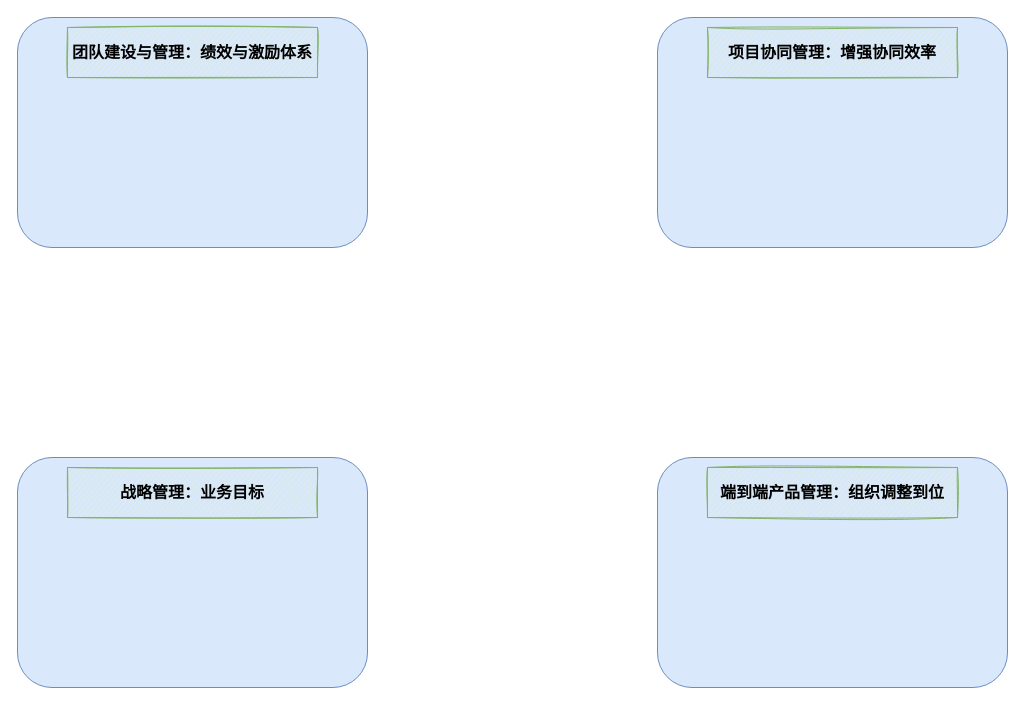
This is 企业IT能力建设的增长飞轮.drawio from GeekKwok/UML, a draw.io file, before an edit. Source tidied: cells renumbered, new cells numbered last; positions are measured from the earlier drawing's top-left corner, leaving out a move shared by most shapes. Both pictures are drawn from the tidied source at 100%, with x=0, y=0 at pixel (17, 17).
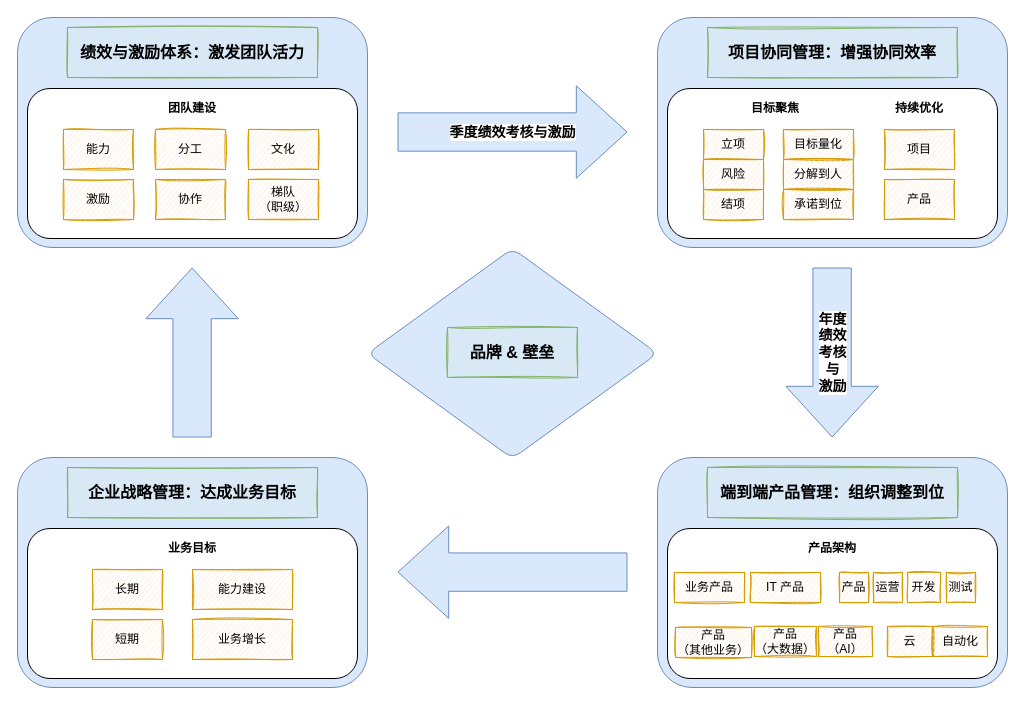
Above is the later version.

Commit message:
Update 企业IT能力建设的增长飞轮.drawio

What changed in the source:
```diff
@@
-    <mxCell id="7" value="&lt;font style=&quot;font-size: 16px&quot;&gt;&lt;b&gt;团队建设与管理：&lt;/b&gt;&lt;/font&gt;&lt;b style=&quot;font-size: 16px&quot;&gt;绩效与激励体系&lt;/b&gt;" style="rounded=0;whiteSpace=wrap;html=1;fillColor=#d5e8d4;strokeColor=#82b366;shadow=0;sketch=1;glass=0;" parent="1" vertex="1">
+    <mxCell id="7" value="&lt;b style=&quot;font-size: 16px&quot;&gt;绩效与激励体系：激发团队活力&lt;/b&gt;" style="rounded=0;whiteSpace=wrap;html=1;fillColor=#d5e8d4;strokeColor=#82b366;shadow=0;sketch=1;glass=0;" parent="1" vertex="1">
       <mxGeometry x="50" y="10" width="250" height="50" as="geometry" />
     </mxCell>
-    <mxCell id="8" value="&lt;font style=&quot;font-size: 16px&quot;&gt;&lt;b&gt;战略管理：业务目标&lt;/b&gt;&lt;/font&gt;" style="rounded=0;whiteSpace=wrap;html=1;fillColor=#d5e8d4;strokeColor=#82b366;shadow=0;sketch=1;glass=0;" parent="1" vertex="1">
+    <mxCell id="8" value="&lt;font style=&quot;font-size: 16px&quot;&gt;&lt;b&gt;企业战略管理：达成业务目标&lt;/b&gt;&lt;/font&gt;" style="rounded=0;whiteSpace=wrap;html=1;fillColor=#d5e8d4;strokeColor=#82b366;shadow=0;sketch=1;glass=0;" parent="1" vertex="1">
       <mxGeometry x="50" y="450" width="250" height="50" as="geometry" />
     </mxCell>
@@
+    <mxCell id="10" value="&lt;font size=&quot;1&quot;&gt;&lt;b style=&quot;font-size: 14px&quot;&gt;季度绩效考核与激励&lt;/b&gt;&lt;/font&gt;" style="shape=flexArrow;endArrow=classic;html=1;width=38.333333333333336;endSize=16.558333333333334;endWidth=53.05555555555556;fillColor=#dae8fc;strokeColor=#6c8ebf;" parent="1" edge="1">
+      <mxGeometry relative="1" as="geometry">
+        <mxPoint x="380" y="114.5" as="sourcePoint" />
+        <mxPoint x="610" y="114.5" as="targetPoint" />
+      </mxGeometry>
+    </mxCell>
+    <mxCell id="11" value="&lt;font style=&quot;font-size: 14px&quot;&gt;&lt;b&gt;年度&lt;br&gt;绩效&lt;br&gt;考核&lt;br&gt;与&lt;br&gt;激励&lt;/b&gt;&lt;/font&gt;" style="shape=flexArrow;endArrow=classic;html=1;width=38.333333333333336;endSize=16.558333333333334;endWidth=53.05555555555556;fillColor=#dae8fc;strokeColor=#6c8ebf;verticalAlign=middle;" parent="1" edge="1">
+      <mxGeometry relative="1" as="geometry">
+        <mxPoint x="814.6" y="250" as="sourcePoint" />
+        <mxPoint x="814.6" y="420" as="targetPoint" />
+      </mxGeometry>
+    </mxCell>
+    <mxCell id="12" style="shape=flexArrow;endArrow=classic;html=1;width=38.333333333333336;endSize=16.558333333333334;endWidth=53.05555555555556;fillColor=#dae8fc;strokeColor=#6c8ebf;verticalAlign=middle;" parent="1" edge="1">
+      <mxGeometry relative="1" as="geometry">
+        <mxPoint x="174.6" y="420" as="sourcePoint" />
+        <mxPoint x="174.6" y="250" as="targetPoint" />
+      </mxGeometry>
+    </mxCell>
+    <mxCell id="13" style="shape=flexArrow;endArrow=classic;html=1;width=38.333333333333336;endSize=16.558333333333334;endWidth=53.05555555555556;fillColor=#dae8fc;strokeColor=#6c8ebf;" parent="1" edge="1">
+      <mxGeometry relative="1" as="geometry">
+        <mxPoint x="610" y="554.6" as="sourcePoint" />
+        <mxPoint x="380" y="554.6" as="targetPoint" />
+      </mxGeometry>
+    </mxCell>
+    <mxCell id="14" style="rhombus;whiteSpace=wrap;html=1;rounded=1;shadow=0;glass=0;sketch=0;fillColor=#dae8fc;strokeColor=#6c8ebf;" parent="1" vertex="1">
+      <mxGeometry x="350" y="231" width="290" height="210" as="geometry" />
+    </mxCell>
+    <mxCell id="15" value="&lt;font style=&quot;font-size: 16px&quot;&gt;&lt;b&gt;品牌 &amp;amp; 壁垒&lt;/b&gt;&lt;/font&gt;" style="rounded=0;whiteSpace=wrap;html=1;fillColor=#d5e8d4;strokeColor=#82b366;shadow=0;sketch=1;glass=0;" parent="1" vertex="1">
+      <mxGeometry x="430" y="310" width="130" height="50" as="geometry" />
+    </mxCell>
+    <mxCell id="16" style="rounded=1;whiteSpace=wrap;html=1;shadow=0;glass=0;sketch=0;" parent="1" vertex="1">
+      <mxGeometry x="650" y="71" width="330" height="150" as="geometry" />
+    </mxCell>
+    <mxCell id="17" value="立项" style="rounded=0;whiteSpace=wrap;html=1;shadow=0;glass=0;sketch=1;fillColor=#ffe6cc;strokeColor=#d79b00;" parent="1" vertex="1">
+      <mxGeometry x="686" y="112" width="60" height="30" as="geometry" />
+    </mxCell>
+    <mxCell id="18" value="目标聚焦" style="text;html=1;strokeColor=none;fillColor=none;align=center;verticalAlign=middle;whiteSpace=wrap;rounded=0;shadow=0;glass=0;sketch=0;fontSize=12;fontStyle=1;" parent="1" vertex="1">
+      <mxGeometry x="723" y="81" width="70" height="20" as="geometry" />
+    </mxCell>
+    <mxCell id="19" value="持续优化" style="text;html=1;strokeColor=none;fillColor=none;align=center;verticalAlign=middle;whiteSpace=wrap;rounded=0;shadow=0;glass=0;sketch=0;fontSize=12;fontStyle=1;" parent="1" vertex="1">
+      <mxGeometry x="857" y="81" width="90" height="20" as="geometry" />
+    </mxCell>
+    <mxCell id="20" value="风险" style="rounded=0;whiteSpace=wrap;html=1;shadow=0;glass=0;sketch=1;fillColor=#ffe6cc;strokeColor=#d79b00;" parent="1" vertex="1">
+      <mxGeometry x="686" y="142" width="60" height="30" as="geometry" />
+    </mxCell>
+    <mxCell id="21" value="结项" style="rounded=0;whiteSpace=wrap;html=1;shadow=0;glass=0;sketch=1;fillColor=#ffe6cc;strokeColor=#d79b00;" parent="1" vertex="1">
+      <mxGeometry x="686" y="172" width="60" height="30" as="geometry" />
+    </mxCell>
+    <mxCell id="22" value="目标量化" style="rounded=0;whiteSpace=wrap;html=1;shadow=0;glass=0;sketch=1;fillColor=#ffe6cc;strokeColor=#d79b00;" parent="1" vertex="1">
+      <mxGeometry x="766" y="112" width="70" height="30" as="geometry" />
+    </mxCell>
+    <mxCell id="23" value="分解到人" style="rounded=0;whiteSpace=wrap;html=1;shadow=0;glass=0;sketch=1;fillColor=#ffe6cc;strokeColor=#d79b00;" parent="1" vertex="1">
+      <mxGeometry x="766" y="142" width="70" height="30" as="geometry" />
+    </mxCell>
+    <mxCell id="24" value="承诺到位" style="rounded=0;whiteSpace=wrap;html=1;shadow=0;glass=0;sketch=1;fillColor=#ffe6cc;strokeColor=#d79b00;" parent="1" vertex="1">
+      <mxGeometry x="766" y="172" width="70" height="30" as="geometry" />
+    </mxCell>
+    <mxCell id="25" value="项目" style="rounded=0;whiteSpace=wrap;html=1;shadow=0;glass=0;sketch=1;fillColor=#ffe6cc;strokeColor=#d79b00;" parent="1" vertex="1">
+      <mxGeometry x="867" y="112" width="70" height="40" as="geometry" />
+    </mxCell>
+    <mxCell id="26" value="产品" style="rounded=0;whiteSpace=wrap;html=1;shadow=0;glass=0;sketch=1;fillColor=#ffe6cc;strokeColor=#d79b00;" parent="1" vertex="1">
+      <mxGeometry x="867" y="162" width="70" height="40" as="geometry" />
+    </mxCell>
+    <mxCell id="27" style="rounded=1;whiteSpace=wrap;html=1;shadow=0;glass=0;sketch=0;" parent="1" vertex="1">
+      <mxGeometry x="650" y="511" width="330" height="150" as="geometry" />
+    </mxCell>
+    <mxCell id="28" value="产品" style="rounded=0;whiteSpace=wrap;html=1;shadow=0;glass=0;sketch=1;fillColor=#ffe6cc;strokeColor=#d79b00;" parent="1" vertex="1">
+      <mxGeometry x="822" y="555" width="29" height="30" as="geometry" />
+    </mxCell>
+    <mxCell id="29" value="产品架构" style="text;html=1;strokeColor=none;fillColor=none;align=center;verticalAlign=middle;whiteSpace=wrap;rounded=0;shadow=0;glass=0;sketch=0;fontSize=12;fontStyle=1;" parent="1" vertex="1">
+      <mxGeometry x="780" y="521" width="70" height="20" as="geometry" />
+    </mxCell>
+    <mxCell id="30" value="开发" style="rounded=0;whiteSpace=wrap;html=1;shadow=0;glass=0;sketch=1;fillColor=#ffe6cc;strokeColor=#d79b00;" parent="1" vertex="1">
+      <mxGeometry x="890" y="555" width="33" height="30" as="geometry" />
+    </mxCell>
+    <mxCell id="31" value="测试" style="rounded=0;whiteSpace=wrap;html=1;shadow=0;glass=0;sketch=1;fillColor=#ffe6cc;strokeColor=#d79b00;" parent="1" vertex="1">
+      <mxGeometry x="929" y="555" width="29" height="30" as="geometry" />
+    </mxCell>
+    <mxCell id="32" value="业务产品" style="rounded=0;whiteSpace=wrap;html=1;shadow=0;glass=0;sketch=1;fillColor=#ffe6cc;strokeColor=#d79b00;" parent="1" vertex="1">
+      <mxGeometry x="657" y="555" width="70" height="30" as="geometry" />
+    </mxCell>
+    <mxCell id="33" value="IT 产品" style="rounded=0;whiteSpace=wrap;html=1;shadow=0;glass=0;sketch=1;fillColor=#ffe6cc;strokeColor=#d79b00;" parent="1" vertex="1">
+      <mxGeometry x="733" y="555" width="70" height="30" as="geometry" />
+    </mxCell>
+    <mxCell id="34" value="自动化" style="rounded=0;whiteSpace=wrap;html=1;shadow=0;glass=0;sketch=1;fillColor=#ffe6cc;strokeColor=#d79b00;" parent="1" vertex="1">
+      <mxGeometry x="916" y="609" width="54" height="30" as="geometry" />
+    </mxCell>
+    <mxCell id="35" value="云" style="rounded=0;whiteSpace=wrap;html=1;shadow=0;glass=0;sketch=1;fillColor=#ffe6cc;strokeColor=#d79b00;" parent="1" vertex="1">
+      <mxGeometry x="870" y="609" width="45" height="30" as="geometry" />
+    </mxCell>
+    <mxCell id="36" value="产品（AI）" style="rounded=0;whiteSpace=wrap;html=1;shadow=0;glass=0;sketch=1;fillColor=#ffe6cc;strokeColor=#d79b00;" parent="1" vertex="1">
+      <mxGeometry x="801" y="609" width="54" height="30" as="geometry" />
+    </mxCell>
+    <mxCell id="37" value="产品&lt;br&gt;（大数据）" style="rounded=0;whiteSpace=wrap;html=1;shadow=0;glass=0;sketch=1;fillColor=#ffe6cc;strokeColor=#d79b00;" parent="1" vertex="1">
+      <mxGeometry x="737" y="609" width="62" height="30" as="geometry" />
+    </mxCell>
+    <mxCell id="38" style="rounded=1;whiteSpace=wrap;html=1;shadow=0;glass=0;sketch=0;" parent="1" vertex="1">
+      <mxGeometry x="10" y="511" width="330" height="150" as="geometry" />
+    </mxCell>
+    <mxCell id="39" value="业务目标" style="text;html=1;strokeColor=none;fillColor=none;align=center;verticalAlign=middle;whiteSpace=wrap;rounded=0;shadow=0;glass=0;sketch=0;fontSize=12;fontStyle=1;" parent="1" vertex="1">
+      <mxGeometry x="140" y="521" width="70" height="20" as="geometry" />
+    </mxCell>
+    <mxCell id="40" value="长期" style="rounded=0;whiteSpace=wrap;html=1;shadow=0;glass=0;sketch=1;fillColor=#ffe6cc;strokeColor=#d79b00;" parent="1" vertex="1">
+      <mxGeometry x="75" y="552" width="70" height="40" as="geometry" />
+    </mxCell>
+    <mxCell id="41" value="短期" style="rounded=0;whiteSpace=wrap;html=1;shadow=0;glass=0;sketch=1;fillColor=#ffe6cc;strokeColor=#d79b00;" parent="1" vertex="1">
+      <mxGeometry x="75" y="602" width="70" height="40" as="geometry" />
+    </mxCell>
+    <mxCell id="42" value="能力建设" style="rounded=0;whiteSpace=wrap;html=1;shadow=0;glass=0;sketch=1;fillColor=#ffe6cc;strokeColor=#d79b00;" parent="1" vertex="1">
+      <mxGeometry x="175" y="552" width="100" height="40" as="geometry" />
+    </mxCell>
+    <mxCell id="43" value="业务增长" style="rounded=0;whiteSpace=wrap;html=1;shadow=0;glass=0;sketch=1;fillColor=#ffe6cc;strokeColor=#d79b00;" parent="1" vertex="1">
+      <mxGeometry x="175" y="602" width="100" height="40" as="geometry" />
+    </mxCell>
+    <mxCell id="44" value="产品&lt;br&gt;（其他业务）" style="rounded=0;whiteSpace=wrap;html=1;shadow=0;glass=0;sketch=1;fillColor=#ffe6cc;strokeColor=#d79b00;" parent="1" vertex="1">
+      <mxGeometry x="658" y="610" width="76" height="30" as="geometry" />
+    </mxCell>
+    <mxCell id="45" value="运营" style="rounded=0;whiteSpace=wrap;html=1;shadow=0;glass=0;sketch=1;fillColor=#ffe6cc;strokeColor=#d79b00;" parent="1" vertex="1">
+      <mxGeometry x="856" y="555" width="29" height="30" as="geometry" />
+    </mxCell>
+    <mxCell id="46" style="rounded=1;whiteSpace=wrap;html=1;shadow=0;glass=0;sketch=0;" parent="1" vertex="1">
+      <mxGeometry x="10" y="71" width="330" height="150" as="geometry" />
+    </mxCell>
+    <mxCell id="47" value="团队建设" style="text;html=1;strokeColor=none;fillColor=none;align=center;verticalAlign=middle;whiteSpace=wrap;rounded=0;shadow=0;glass=0;sketch=0;fontSize=12;fontStyle=1;" parent="1" vertex="1">
+      <mxGeometry x="125" y="81" width="100" height="20" as="geometry" />
+    </mxCell>
+    <mxCell id="48" value="能力" style="rounded=0;whiteSpace=wrap;html=1;shadow=0;glass=0;sketch=1;fillColor=#ffe6cc;strokeColor=#d79b00;" parent="1" vertex="1">
+      <mxGeometry x="46" y="112" width="70" height="40" as="geometry" />
+    </mxCell>
+    <mxCell id="49" value="激励" style="rounded=0;whiteSpace=wrap;html=1;shadow=0;glass=0;sketch=1;fillColor=#ffe6cc;strokeColor=#d79b00;" parent="1" vertex="1">
+      <mxGeometry x="46" y="162" width="70" height="40" as="geometry" />
+    </mxCell>
+    <mxCell id="50" value="分工" style="rounded=0;whiteSpace=wrap;html=1;shadow=0;glass=0;sketch=1;fillColor=#ffe6cc;strokeColor=#d79b00;" parent="1" vertex="1">
+      <mxGeometry x="138" y="112" width="70" height="40" as="geometry" />
+    </mxCell>
+    <mxCell id="51" value="协作" style="rounded=0;whiteSpace=wrap;html=1;shadow=0;glass=0;sketch=1;fillColor=#ffe6cc;strokeColor=#d79b00;" parent="1" vertex="1">
+      <mxGeometry x="138" y="162" width="70" height="40" as="geometry" />
+    </mxCell>
+    <mxCell id="52" value="文化" style="rounded=0;whiteSpace=wrap;html=1;shadow=0;glass=0;sketch=1;fillColor=#ffe6cc;strokeColor=#d79b00;" parent="1" vertex="1">
+      <mxGeometry x="231" y="112" width="70" height="40" as="geometry" />
+    </mxCell>
+    <mxCell id="53" value="梯队&lt;br&gt;（职级）" style="rounded=0;whiteSpace=wrap;html=1;shadow=0;glass=0;sketch=1;fillColor=#ffe6cc;strokeColor=#d79b00;" parent="1" vertex="1">
+      <mxGeometry x="231" y="162" width="70" height="40" as="geometry" />
+    </mxCell>
```
